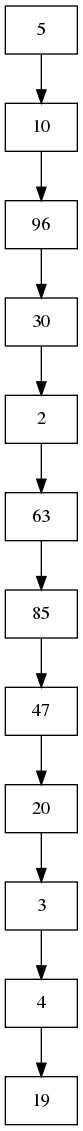
Before: lista.png, a diagram exported from Graphviz (carlosE17/finaledd). Its source is kept beside it as lista.dot. Its diagram source:
```dot
digraph r{
node [shape=record];
5->10->96->30->2->63->85->47->20->3->4->19;}
```
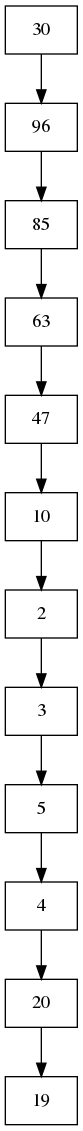
The same file after the commit.

The edit, as a diff of the source:
```diff
@@ -1,3 +1,3 @@
 digraph r{
 node [shape=record];
-5->10->96->30->2->63->85->47->20->3->4->19;}
+30->96->85->63->47->10->2->3->5->4->20->19;}
```
